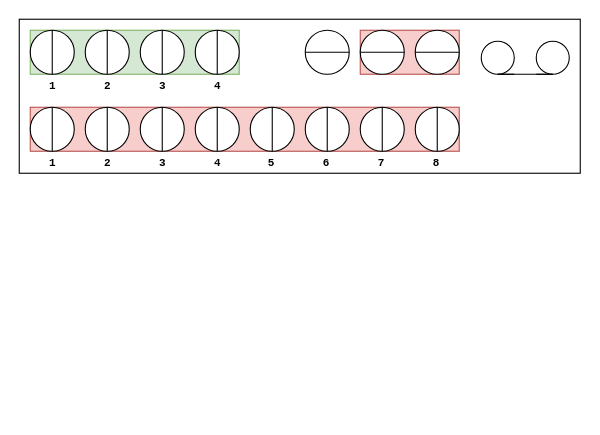
The draw.io diagram mixtape.drawio in pfig/transmission, before the edit. Source tidied: cells renumbered, new cells numbered last; positions are measured from the earlier drawing's top-left corner, leaving out a move shared by most shapes. Both pictures are drawn from the tidied source at 110%, with x=0, y=0 at pixel (19, 19).
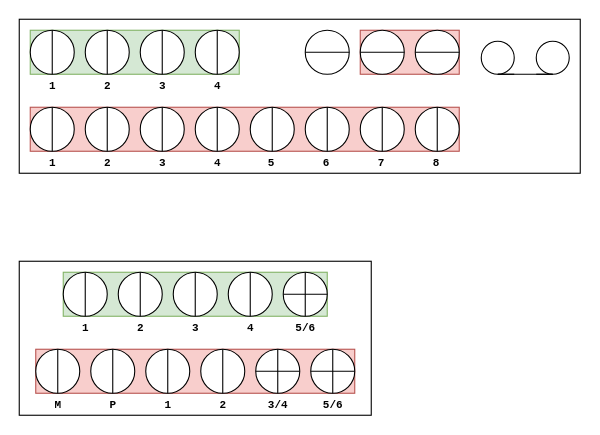
The same page after the edit.

What changed in the source:
```diff
@@
+    <mxCell id="41" style="group;" parent="1" vertex="1">
+      <mxGeometry y="220" width="320" height="140" as="geometry" />
+    </mxCell>
+    <mxCell id="42" style="rounded=0;whiteSpace=wrap;html=1;" parent="41" vertex="1">
+      <mxGeometry width="320" height="140" as="geometry" />
+    </mxCell>
+    <mxCell id="43" style="group;" parent="41" vertex="1">
+      <mxGeometry x="15" y="80" width="290" height="60" as="geometry" />
+    </mxCell>
+    <mxCell id="44" value="&lt;font style=&quot;font-size: 10px&quot; face=&quot;Courier New&quot;&gt;&lt;b&gt;P&lt;/b&gt;&lt;/font&gt;" style="text;html=1;align=center;verticalAlign=middle;fillColor=none;strokeColor=none;rounded=0;" parent="43" vertex="1">
+      <mxGeometry x="60" y="40" width="20" height="20" as="geometry" />
+    </mxCell>
+    <mxCell id="45" value="&lt;font style=&quot;font-size: 10px&quot; face=&quot;Courier New&quot;&gt;&lt;b&gt;2&lt;/b&gt;&lt;/font&gt;" style="text;html=1;align=center;verticalAlign=middle;fillColor=none;strokeColor=none;rounded=0;" parent="43" vertex="1">
+      <mxGeometry x="160" y="40" width="20" height="20" as="geometry" />
+    </mxCell>
+    <mxCell id="46" value="&lt;font style=&quot;font-size: 10px&quot; face=&quot;Courier New&quot;&gt;&lt;b&gt;1&lt;/b&gt;&lt;/font&gt;" style="text;html=1;align=center;verticalAlign=middle;fillColor=none;strokeColor=none;rounded=0;" parent="43" vertex="1">
+      <mxGeometry x="110" y="40" width="20" height="20" as="geometry" />
+    </mxCell>
+    <mxCell id="47" value="&lt;font style=&quot;font-size: 10px&quot; face=&quot;Courier New&quot;&gt;&lt;b&gt;M&lt;/b&gt;&lt;/font&gt;" style="text;html=1;align=center;verticalAlign=middle;fillColor=none;strokeColor=none;rounded=0;" parent="43" vertex="1">
+      <mxGeometry x="10" y="40" width="20" height="20" as="geometry" />
+    </mxCell>
+    <mxCell id="48" value="&lt;font style=&quot;font-size: 10px&quot; face=&quot;Courier New&quot;&gt;&lt;b&gt;3/4&lt;/b&gt;&lt;/font&gt;" style="text;html=1;align=center;verticalAlign=middle;fillColor=none;strokeColor=none;rounded=0;" parent="43" vertex="1">
+      <mxGeometry x="205" y="40" width="30" height="20" as="geometry" />
+    </mxCell>
+    <mxCell id="49" value="&lt;font style=&quot;font-size: 10px&quot; face=&quot;Courier New&quot;&gt;&lt;b&gt;5/6&lt;/b&gt;&lt;/font&gt;" style="text;html=1;align=center;verticalAlign=middle;fillColor=none;strokeColor=none;rounded=0;" parent="43" vertex="1">
+      <mxGeometry x="255" y="40" width="30" height="20" as="geometry" />
+    </mxCell>
+    <mxCell id="50" style="group;fillColor=#f8cecc;strokeColor=#b85450;" parent="43" vertex="1">
+      <mxGeometry width="290" height="40" as="geometry" />
+    </mxCell>
+    <mxCell id="51" style="shape=lineEllipse;line=vertical;perimeter=ellipsePerimeter;whiteSpace=wrap;html=1;backgroundOutline=1;" parent="50" vertex="1">
+      <mxGeometry x="50" width="40" height="40" as="geometry" />
+    </mxCell>
+    <mxCell id="52" style="shape=orEllipse;perimeter=ellipsePerimeter;whiteSpace=wrap;html=1;backgroundOutline=1;" parent="50" vertex="1">
+      <mxGeometry x="250" width="40" height="40" as="geometry" />
+    </mxCell>
+    <mxCell id="53" style="shape=orEllipse;perimeter=ellipsePerimeter;whiteSpace=wrap;html=1;backgroundOutline=1;" parent="50" vertex="1">
+      <mxGeometry x="200" width="40" height="40" as="geometry" />
+    </mxCell>
+    <mxCell id="54" style="shape=lineEllipse;line=vertical;perimeter=ellipsePerimeter;whiteSpace=wrap;html=1;backgroundOutline=1;" parent="50" vertex="1">
+      <mxGeometry width="40" height="40" as="geometry" />
+    </mxCell>
+    <mxCell id="55" style="shape=lineEllipse;line=vertical;perimeter=ellipsePerimeter;whiteSpace=wrap;html=1;backgroundOutline=1;" parent="50" vertex="1">
+      <mxGeometry x="100" width="40" height="40" as="geometry" />
+    </mxCell>
+    <mxCell id="56" style="shape=lineEllipse;line=vertical;perimeter=ellipsePerimeter;whiteSpace=wrap;html=1;backgroundOutline=1;" parent="50" vertex="1">
+      <mxGeometry x="150" width="40" height="40" as="geometry" />
+    </mxCell>
+    <mxCell id="57" style="group;" parent="41" vertex="1">
+      <mxGeometry x="40" y="10" width="240" height="60" as="geometry" />
+    </mxCell>
+    <mxCell id="58" value="&lt;font style=&quot;font-size: 10px&quot; face=&quot;Courier New&quot;&gt;&lt;b&gt;1&lt;/b&gt;&lt;/font&gt;" style="text;html=1;align=center;verticalAlign=middle;fillColor=none;strokeColor=none;rounded=0;" parent="57" vertex="1">
+      <mxGeometry x="10" y="40" width="20" height="20" as="geometry" />
+    </mxCell>
+    <mxCell id="59" value="&lt;font style=&quot;font-size: 10px&quot; face=&quot;Courier New&quot;&gt;&lt;b&gt;5/6&lt;/b&gt;&lt;/font&gt;" style="text;html=1;align=center;verticalAlign=middle;fillColor=none;strokeColor=none;rounded=0;" parent="57" vertex="1">
+      <mxGeometry x="205" y="40" width="30" height="20" as="geometry" />
+    </mxCell>
+    <mxCell id="60" value="&lt;font style=&quot;font-size: 10px&quot; face=&quot;Courier New&quot;&gt;&lt;b&gt;2&lt;/b&gt;&lt;/font&gt;" style="text;html=1;align=center;verticalAlign=middle;fillColor=none;strokeColor=none;rounded=0;" parent="57" vertex="1">
+      <mxGeometry x="60" y="40" width="20" height="20" as="geometry" />
+    </mxCell>
+    <mxCell id="61" value="&lt;font style=&quot;font-size: 10px&quot;&gt;&lt;b&gt;&lt;font style=&quot;font-size: 10px&quot; face=&quot;Courier New&quot;&gt;3&lt;/font&gt;&lt;/b&gt;&lt;/font&gt;" style="text;html=1;align=center;verticalAlign=middle;fillColor=none;strokeColor=none;rounded=0;" parent="57" vertex="1">
+      <mxGeometry x="110" y="40" width="20" height="20" as="geometry" />
+    </mxCell>
+    <mxCell id="62" value="&lt;font style=&quot;font-size: 10px&quot; face=&quot;Courier New&quot;&gt;&lt;b&gt;4&lt;/b&gt;&lt;/font&gt;" style="text;html=1;align=center;verticalAlign=middle;fillColor=none;strokeColor=none;rounded=0;" parent="57" vertex="1">
+      <mxGeometry x="160" y="40" width="20" height="20" as="geometry" />
+    </mxCell>
+    <mxCell id="63" style="group;fillColor=#d5e8d4;strokeColor=#82b366;" parent="57" vertex="1">
+      <mxGeometry width="240" height="40" as="geometry" />
+    </mxCell>
+    <mxCell id="64" style="shape=orEllipse;perimeter=ellipsePerimeter;whiteSpace=wrap;html=1;backgroundOutline=1;" parent="63" vertex="1">
+      <mxGeometry x="200" width="40" height="40" as="geometry" />
+    </mxCell>
+    <mxCell id="65" style="shape=lineEllipse;line=vertical;perimeter=ellipsePerimeter;whiteSpace=wrap;html=1;backgroundOutline=1;" parent="63" vertex="1">
+      <mxGeometry width="40" height="40" as="geometry" />
+    </mxCell>
+    <mxCell id="66" style="shape=lineEllipse;line=vertical;perimeter=ellipsePerimeter;whiteSpace=wrap;html=1;backgroundOutline=1;" parent="63" vertex="1">
+      <mxGeometry x="50" width="40" height="40" as="geometry" />
+    </mxCell>
+    <mxCell id="67" style="shape=lineEllipse;line=vertical;perimeter=ellipsePerimeter;whiteSpace=wrap;html=1;backgroundOutline=1;" parent="63" vertex="1">
+      <mxGeometry x="100" width="40" height="40" as="geometry" />
+    </mxCell>
+    <mxCell id="68" style="shape=lineEllipse;line=vertical;perimeter=ellipsePerimeter;whiteSpace=wrap;html=1;backgroundOutline=1;" parent="63" vertex="1">
+      <mxGeometry x="150" width="40" height="40" as="geometry" />
+    </mxCell>
```
